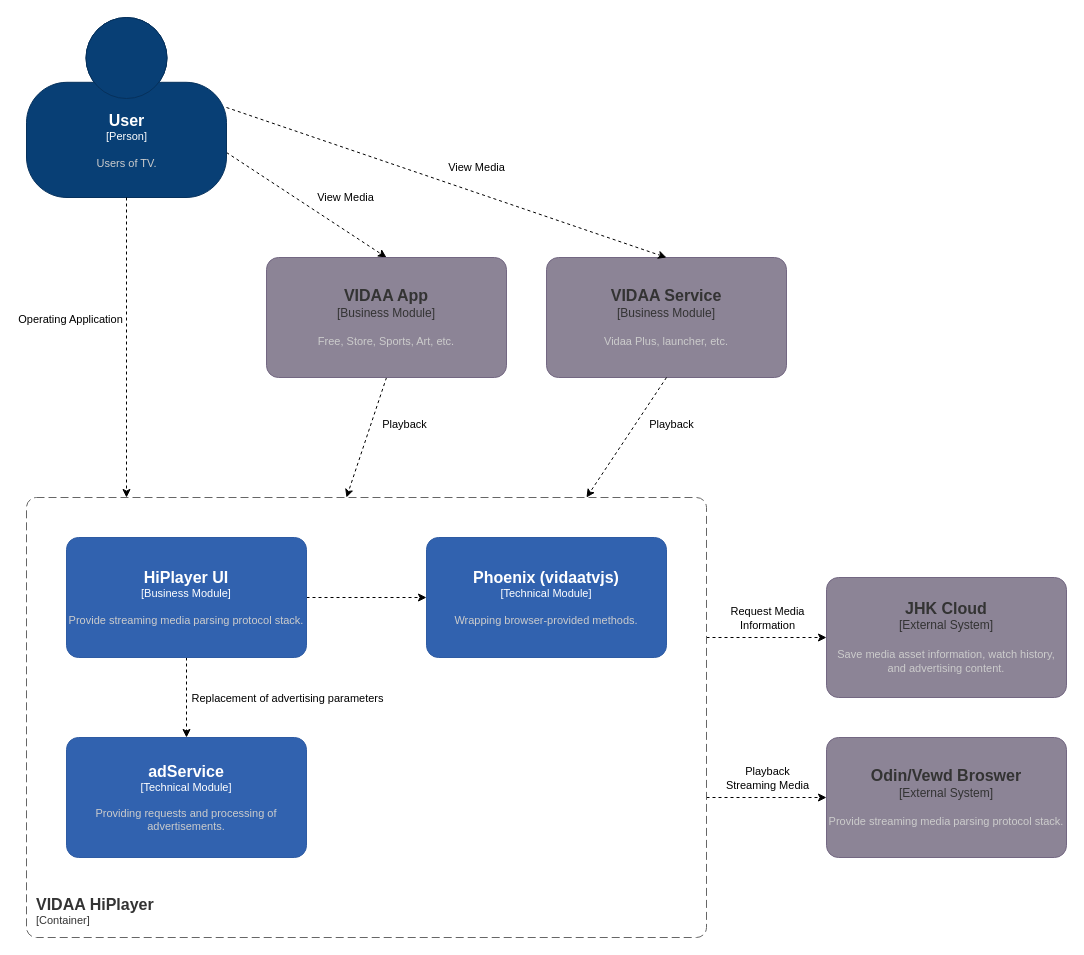
This is page "Container Diagram 容器图" (5 of 7) of VIDAA HiPlayer.drawio from LeeDebug/drawio, a draw.io file, before an edit. Source tidied: cells renumbered, new cells numbered last; positions are measured from the earlier drawing's top-left corner, leaving out a move shared by most shapes. Both pictures are drawn from the tidied source at 100%, with x=0, y=0 at pixel (26, 17).
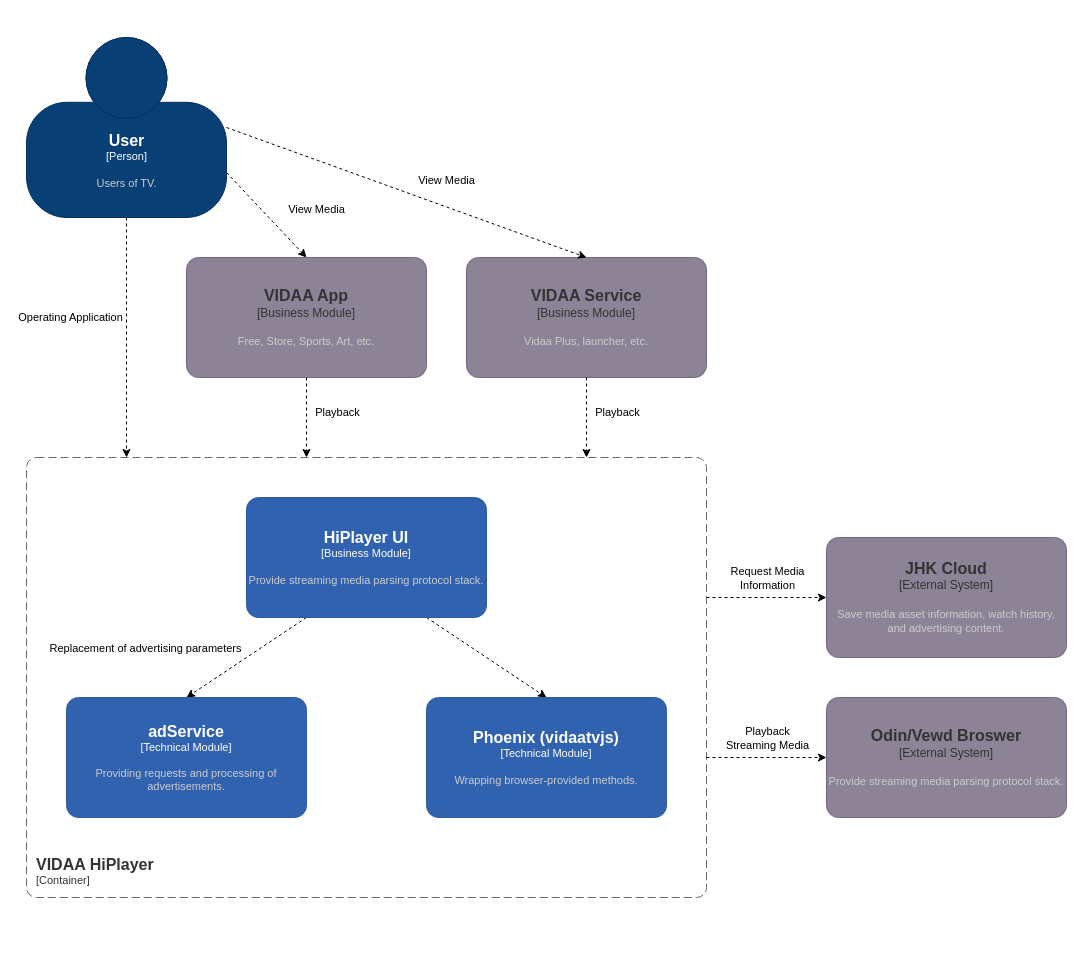
Above is the later version.

The edit, as a diff of the source:
```diff
@@
     <object id="4" label="&lt;font style=&quot;font-size: 16px&quot;&gt;&lt;b&gt;%c4Name%&lt;/b&gt;&lt;/font&gt;&lt;div&gt;[%c4Type%]&lt;/div&gt;&lt;br&gt;&lt;div&gt;&lt;font style=&quot;font-size: 11px&quot;&gt;&lt;font color=&quot;#cccccc&quot;&gt;%c4Description%&lt;/font&gt;&lt;/div&gt;" c4Description="Users of TV." c4Name="User" c4Type="Person" placeholders="1">
       <mxCell style="html=1;fontSize=11;dashed=0;whitespace=wrap;fillColor=#083F75;strokeColor=#06315C;fontColor=#ffffff;shape=mxgraph.c4.person2;align=center;points=[[0.5,0,0],[1,0.5,0],[1,0.75,0],[0.75,1,0],[0.5,1,0],[0.25,1,0],[0,0.75,0],[0,0.5,0]];" parent="1" vertex="1">
-        <mxGeometry width="200" height="180" as="geometry" />
+        <mxGeometry y="20" width="200" height="180" as="geometry" />
       </mxCell>
     </object>
     <mxCell id="5" style="edgeStyle=none;rounded=0;jettySize=auto;html=1;exitX=0.5;exitY=1;exitDx=0;exitDy=0;exitPerimeter=0;dashed=1;" parent="1" edge="1" source="20">
       <mxGeometry relative="1" as="geometry">
-        <mxPoint x="320" y="480" as="targetPoint" />
+        <mxPoint x="280" y="440" as="targetPoint" />
       </mxGeometry>
     </mxCell>
@@
     <object id="7" label="&lt;font style=&quot;font-size: 16px&quot;&gt;&lt;b&gt;%c4Name%&lt;/b&gt;&lt;/font&gt;&lt;div&gt;[%c4Type%]&lt;/div&gt;&lt;br&gt;&lt;div&gt;&lt;font style=&quot;font-size: 11px&quot;&gt;&lt;font color=&quot;#cccccc&quot;&gt;%c4Description%&lt;/font&gt;&lt;/div&gt;" c4Description="Save media asset information, watch history, and advertising content." c4Name="JHK Cloud" c4Type="External System" placeholders="1">
       <mxCell style="rounded=1;whiteSpace=wrap;html=1;labelBackgroundColor=none;fillColor=#8C8496;align=center;arcSize=10;strokeColor=#736782;points=[[0.25,0,0],[0.5,0,0],[0.75,0,0],[1,0.25,0],[1,0.5,0],[1,0.75,0],[0.75,1,0],[0.5,1,0],[0.25,1,0],[0,0.75,0],[0,0.5,0],[0,0.25,0]];fontColor=#333333;" parent="1" vertex="1">
-        <mxGeometry x="800" y="560" width="240" height="120" as="geometry" />
+        <mxGeometry x="800" y="520" width="240" height="120" as="geometry" />
       </mxCell>
     </object>
     <mxCell id="8" style="edgeStyle=none;rounded=0;jettySize=auto;html=1;entryX=0;entryY=0.5;entryDx=0;entryDy=0;entryPerimeter=0;dashed=1;" parent="1" edge="1" target="7">
       <mxGeometry relative="1" as="geometry">
-        <mxPoint x="680" y="620" as="sourcePoint" />
+        <mxPoint x="680" y="580" as="sourcePoint" />
       </mxGeometry>
     </mxCell>
@@
     <mxCell id="10" style="edgeStyle=none;rounded=0;jettySize=auto;html=1;entryX=0;entryY=0.5;entryDx=0;entryDy=0;entryPerimeter=0;dashed=1;" parent="1" edge="1" target="12">
       <mxGeometry relative="1" as="geometry">
-        <mxPoint x="680" y="780" as="sourcePoint" />
+        <mxPoint x="680" y="740" as="sourcePoint" />
       </mxGeometry>
     </mxCell>
@@
     <object id="12" label="&lt;font style=&quot;font-size: 16px&quot;&gt;&lt;b&gt;%c4Name%&lt;/b&gt;&lt;/font&gt;&lt;div&gt;[%c4Type%]&lt;/div&gt;&lt;br&gt;&lt;div&gt;&lt;font style=&quot;font-size: 11px&quot;&gt;&lt;font color=&quot;#cccccc&quot;&gt;%c4Description%&lt;/font&gt;&lt;/div&gt;" c4Description="Provide streaming media parsing protocol stack." c4Name="Odin/Vewd Broswer" c4Type="External System" placeholders="1">
       <mxCell style="rounded=1;whiteSpace=wrap;html=1;labelBackgroundColor=none;fillColor=#8C8496;fontColor=#333333;align=center;arcSize=10;strokeColor=#736782;points=[[0.25,0,0],[0.5,0,0],[0.75,0,0],[1,0.25,0],[1,0.5,0],[1,0.75,0],[0.75,1,0],[0.5,1,0],[0.25,1,0],[0,0.75,0],[0,0.5,0],[0,0.25,0]];" parent="1" vertex="1">
-        <mxGeometry x="800" y="720" width="240" height="120" as="geometry" />
+        <mxGeometry x="800" y="680" width="240" height="120" as="geometry" />
       </mxCell>
     </object>
     <object id="13" label="&lt;font style=&quot;font-size: 16px&quot;&gt;&lt;b&gt;&lt;div style=&quot;text-align: left&quot;&gt;%c4Name%&lt;/div&gt;&lt;/b&gt;&lt;/font&gt;&lt;div style=&quot;text-align: left&quot;&gt;[%c4Application%]&lt;/div&gt;" c4Application="Container" c4Name="VIDAA HiPlayer" placeholders="1">
       <mxCell style="rounded=1;fontSize=11;whiteSpace=wrap;html=1;dashed=1;arcSize=20;fillColor=none;strokeColor=#666666;fontColor=#333333;labelBackgroundColor=none;align=left;verticalAlign=bottom;labelBorderColor=none;spacingTop=0;spacing=10;dashPattern=8 4;perimeter=rectanglePerimeter;noLabel=0;labelPadding=0;absoluteArcSize=1;" parent="1" vertex="1">
-        <mxGeometry y="480" width="680" height="440" as="geometry" />
+        <mxGeometry y="440" width="680" height="440" as="geometry" />
       </mxCell>
     </object>
     <mxCell id="14" style="edgeStyle=none;rounded=0;jettySize=auto;html=1;dashed=1;exitX=0.5;exitY=1;exitDx=0;exitDy=0;exitPerimeter=0;" parent="1" edge="1" source="4">
       <mxGeometry relative="1" as="geometry">
-        <mxPoint x="100" y="480" as="targetPoint" />
+        <mxPoint x="100" y="440" as="targetPoint" />
       </mxGeometry>
     </mxCell>
@@
-    <mxCell id="16" style="edgeStyle=none;shape=connector;rounded=0;jettySize=auto;html=1;exitX=0.5;exitY=1;exitDx=0;exitDy=0;exitPerimeter=0;entryX=0.5;entryY=0;entryDx=0;entryDy=0;entryPerimeter=0;dashed=1;labelBackgroundColor=default;strokeColor=default;fontFamily=Helvetica;fontSize=11;fontColor=default;endArrow=classic;" parent="1" edge="1" source="19" target="21">
+    <mxCell id="16" style="edgeStyle=none;shape=connector;rounded=0;jettySize=auto;html=1;exitX=0.25;exitY=1;exitDx=0;exitDy=0;exitPerimeter=0;entryX=0.5;entryY=0;entryDx=0;entryDy=0;entryPerimeter=0;dashed=1;labelBackgroundColor=default;strokeColor=default;fontFamily=Helvetica;fontSize=11;fontColor=default;endArrow=classic;" parent="1" edge="1" source="19" target="21">
       <mxGeometry relative="1" as="geometry" />
     </mxCell>
     <mxCell id="17" value="Replacement of advertising parameters" style="edgeLabel;html=1;align=center;verticalAlign=middle;fontSize=11;fontFamily=Helvetica;fontColor=default;" parent="16" vertex="1">
       <mxGeometry x="0.17" y="2" relative="1" as="geometry">
-        <mxPoint x="98" y="-7" as="offset" />
+        <mxPoint x="-93" y="-18" as="offset" />
       </mxGeometry>
     </mxCell>
-    <mxCell id="18" style="edgeStyle=none;shape=connector;rounded=0;jettySize=auto;html=1;exitX=1;exitY=0.5;exitDx=0;exitDy=0;exitPerimeter=0;entryX=0;entryY=0.5;entryDx=0;entryDy=0;entryPerimeter=0;dashed=1;labelBackgroundColor=default;strokeColor=default;fontFamily=Helvetica;fontSize=11;fontColor=default;endArrow=classic;" parent="1" edge="1" source="19" target="22">
+    <mxCell id="18" style="edgeStyle=none;shape=connector;rounded=0;jettySize=auto;html=1;exitX=0.75;exitY=1;exitDx=0;exitDy=0;exitPerimeter=0;entryX=0.5;entryY=0;entryDx=0;entryDy=0;entryPerimeter=0;dashed=1;labelBackgroundColor=default;strokeColor=default;fontFamily=Helvetica;fontSize=11;fontColor=default;endArrow=classic;" parent="1" edge="1" source="19" target="22">
       <mxGeometry relative="1" as="geometry" />
     </mxCell>
     <object id="19" label="&lt;font style=&quot;font-size: 16px&quot;&gt;&lt;b&gt;%c4Name%&lt;/b&gt;&lt;/font&gt;&lt;div&gt;[%c4Type%]&lt;/div&gt;&lt;br&gt;&lt;div&gt;&lt;font style=&quot;font-size: 11px&quot;&gt;&lt;font color=&quot;#cccccc&quot;&gt;%c4Description%&lt;/font&gt;&lt;/div&gt;" c4Description="Provide streaming media parsing protocol stack." c4Name="HiPlayer UI" c4Type="Business Module" placeholders="1">
       <mxCell style="rounded=1;whiteSpace=wrap;html=1;labelBackgroundColor=none;fillColor=#3162AF;fontColor=#ffffff;align=center;arcSize=10;strokeColor=#2E5BA3;points=[[0.25,0,0],[0.5,0,0],[0.75,0,0],[1,0.25,0],[1,0.5,0],[1,0.75,0],[0.75,1,0],[0.5,1,0],[0.25,1,0],[0,0.75,0],[0,0.5,0],[0,0.25,0]];fontSize=11;hachureGap=4;" parent="1" vertex="1">
-        <mxGeometry x="40" y="520" width="240" height="120" as="geometry" />
+        <mxGeometry x="220" y="480" width="240" height="120" as="geometry" />
       </mxCell>
     </object>
     <object id="20" label="&lt;font style=&quot;font-size: 16px&quot;&gt;&lt;b&gt;%c4Name%&lt;/b&gt;&lt;/font&gt;&lt;div&gt;[%c4Type%]&lt;/div&gt;&lt;br&gt;&lt;div&gt;&lt;font style=&quot;font-size: 11px&quot;&gt;&lt;font color=&quot;#cccccc&quot;&gt;%c4Description%&lt;/font&gt;&lt;/div&gt;" c4Description="Free, Store, Sports, Art, etc." c4Name="VIDAA App" c4Type="Business Module" placeholders="1">
       <mxCell style="rounded=1;whiteSpace=wrap;html=1;labelBackgroundColor=none;fillColor=#8C8496;fontColor=#333333;align=center;arcSize=10;strokeColor=#736782;points=[[0.25,0,0],[0.5,0,0],[0.75,0,0],[1,0.25,0],[1,0.5,0],[1,0.75,0],[0.75,1,0],[0.5,1,0],[0.25,1,0],[0,0.75,0],[0,0.5,0],[0,0.25,0]];fontSize=12;hachureGap=4;" parent="1" vertex="1">
-        <mxGeometry x="240" y="240" width="240" height="120" as="geometry" />
+        <mxGeometry x="160" y="240" width="240" height="120" as="geometry" />
       </mxCell>
     </object>
     <object id="21" label="&lt;font style=&quot;font-size: 16px&quot;&gt;&lt;b&gt;%c4Name%&lt;/b&gt;&lt;/font&gt;&lt;div&gt;[%c4Type%]&lt;/div&gt;&lt;br&gt;&lt;div&gt;&lt;font style=&quot;font-size: 11px&quot;&gt;&lt;font color=&quot;#cccccc&quot;&gt;%c4Description%&lt;/font&gt;&lt;/div&gt;" c4Description="Providing requests and processing of advertisements." c4Name="adService" c4Type="Technical Module" placeholders="1">
       <mxCell style="rounded=1;whiteSpace=wrap;html=1;labelBackgroundColor=none;fillColor=#3162AF;fontColor=#ffffff;align=center;arcSize=10;strokeColor=#2E5BA3;points=[[0.25,0,0],[0.5,0,0],[0.75,0,0],[1,0.25,0],[1,0.5,0],[1,0.75,0],[0.75,1,0],[0.5,1,0],[0.25,1,0],[0,0.75,0],[0,0.5,0],[0,0.25,0]];fontSize=11;hachureGap=4;" parent="1" vertex="1">
-        <mxGeometry x="40" y="720" width="240" height="120" as="geometry" />
+        <mxGeometry x="40" y="680" width="240" height="120" as="geometry" />
       </mxCell>
     </object>
     <object id="22" label="&lt;font style=&quot;font-size: 16px&quot;&gt;&lt;b&gt;%c4Name%&lt;/b&gt;&lt;/font&gt;&lt;div&gt;[%c4Type%]&lt;/div&gt;&lt;br&gt;&lt;div&gt;&lt;font style=&quot;font-size: 11px&quot;&gt;&lt;font color=&quot;#cccccc&quot;&gt;%c4Description%&lt;/font&gt;&lt;/div&gt;" c4Description="Wrapping browser-provided methods." c4Name="Phoenix (vidaatvjs)" c4Type="Technical Module" placeholders="1">
       <mxCell style="rounded=1;whiteSpace=wrap;html=1;labelBackgroundColor=none;fillColor=#3162AF;fontColor=#ffffff;align=center;arcSize=10;strokeColor=#2E5BA3;points=[[0.25,0,0],[0.5,0,0],[0.75,0,0],[1,0.25,0],[1,0.5,0],[1,0.75,0],[0.75,1,0],[0.5,1,0],[0.25,1,0],[0,0.75,0],[0,0.5,0],[0,0.25,0]];fontSize=11;hachureGap=4;" parent="1" vertex="1">
-        <mxGeometry x="400" y="520" width="240" height="120" as="geometry" />
+        <mxGeometry x="400" y="680" width="240" height="120" as="geometry" />
       </mxCell>
     </object>
     <object id="23" label="&lt;font style=&quot;font-size: 16px&quot;&gt;&lt;b&gt;%c4Name%&lt;/b&gt;&lt;/font&gt;&lt;div&gt;[%c4Type%]&lt;/div&gt;&lt;br&gt;&lt;div&gt;&lt;font style=&quot;font-size: 11px&quot;&gt;&lt;font color=&quot;#cccccc&quot;&gt;%c4Description%&lt;/font&gt;&lt;/div&gt;" c4Description="Vidaa Plus, launcher, etc." c4Name="VIDAA Service" c4Type="Business Module" placeholders="1">
       <mxCell style="rounded=1;whiteSpace=wrap;html=1;labelBackgroundColor=none;fillColor=#8C8496;fontColor=#333333;align=center;arcSize=10;strokeColor=#736782;points=[[0.25,0,0],[0.5,0,0],[0.75,0,0],[1,0.25,0],[1,0.5,0],[1,0.75,0],[0.75,1,0],[0.5,1,0],[0.25,1,0],[0,0.75,0],[0,0.5,0],[0,0.25,0]];fontSize=12;hachureGap=4;" parent="1" vertex="1">
-        <mxGeometry x="520" y="240" width="240" height="120" as="geometry" />
+        <mxGeometry x="440" y="240" width="240" height="120" as="geometry" />
       </mxCell>
     </object>
@@
     <mxCell id="26" style="edgeStyle=none;rounded=0;jettySize=auto;html=1;exitX=0.5;exitY=1;exitDx=0;exitDy=0;exitPerimeter=0;dashed=1;" parent="1" edge="1" source="23">
       <mxGeometry relative="1" as="geometry">
-        <mxPoint x="560" y="480" as="targetPoint" />
+        <mxPoint x="560" y="440" as="targetPoint" />
       </mxGeometry>
     </mxCell>
```
